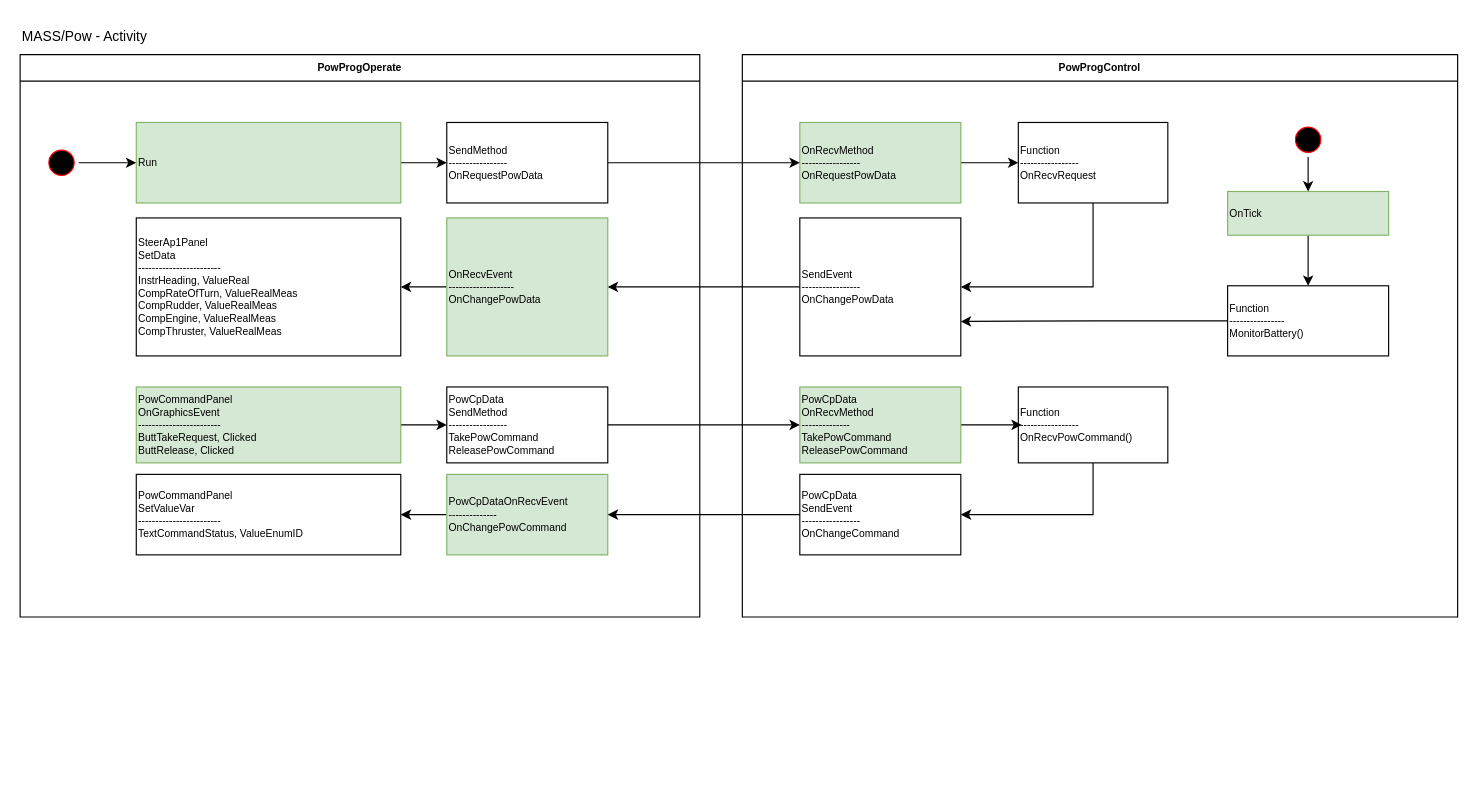
Earlier version of the draw.io diagram page "Pow" (4 of 8) of Schematics/MASS/MassSequenceModulesNetwork.drawio (open-mar/iostudio-modules). Source tidied: cells renumbered, new cells numbered last; positions are measured from the earlier drawing's top-left corner, leaving out a move shared by most shapes. Both pictures are drawn from the tidied source at 115%, with x=0, y=0 at pixel (20, 20).
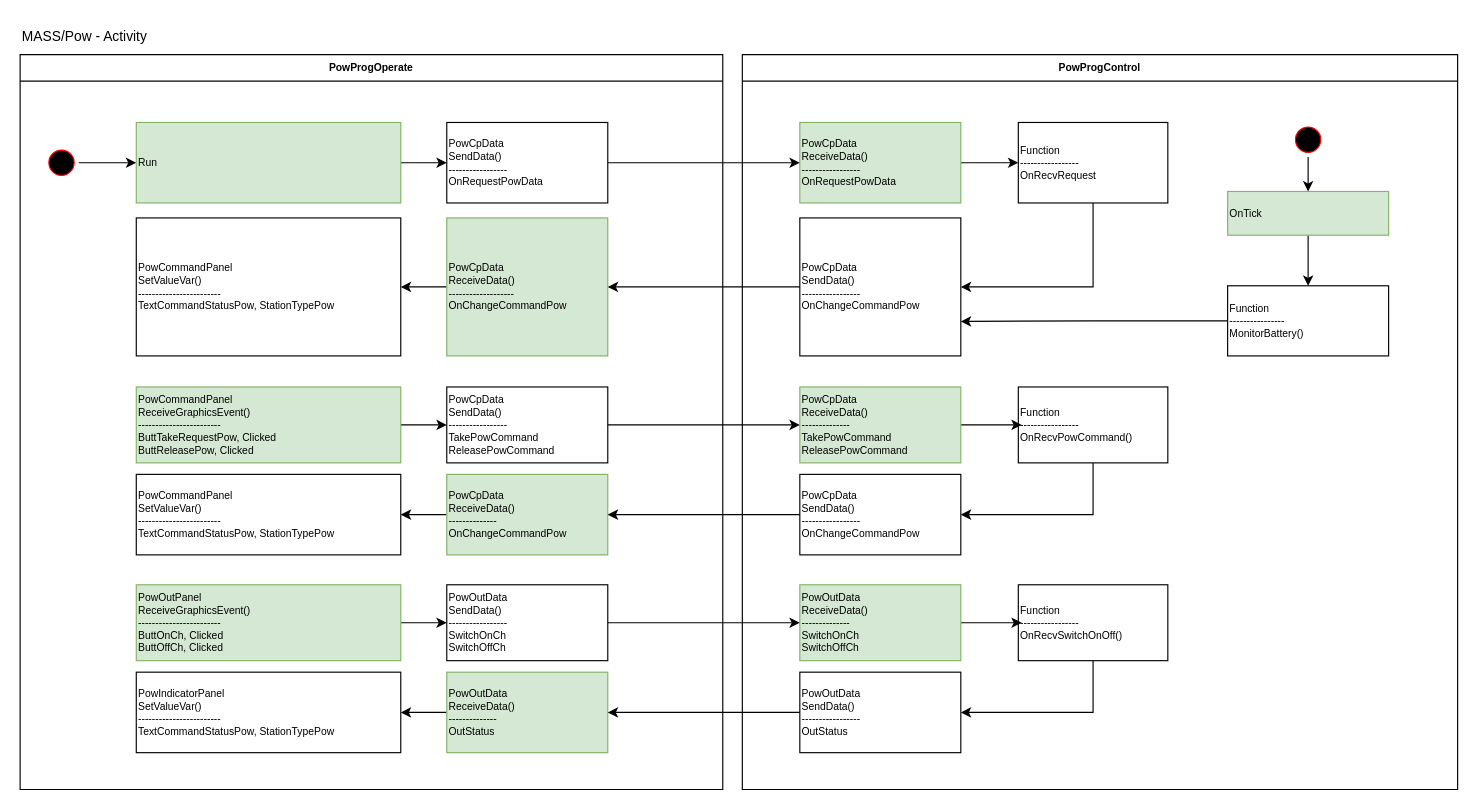
The same diagram, later.

Diff of the diagram source:
```diff
@@
     <mxCell id="3" value="PowProgOperate" style="swimlane;whiteSpace=wrap;fontSize=9;" parent="1" vertex="1">
-      <mxGeometry y="30" width="591" height="489" as="geometry" />
+      <mxGeometry y="30" width="611" height="639" as="geometry" />
     </mxCell>
@@
-    <mxCell id="7" value="OnRecvEvent&#10;-------------------&#10;OnChangePowData" style="fontStyle=0;align=left;fillColor=#d5e8d4;strokeColor=#82b366;fontSize=9;" parent="3" vertex="1">
+    <mxCell id="7" value="PowCpData&#10;ReceiveData()&#10;-------------------&#10;OnChangeCommandPow" style="fontStyle=0;align=left;fillColor=#d5e8d4;strokeColor=#82b366;fontSize=9;" parent="3" vertex="1">
       <mxGeometry x="371" y="142" width="140" height="120" as="geometry" />
     </mxCell>
-    <mxCell id="8" value="SteerAp1Panel&#10;SetData&#10;------------------------&#10;InstrHeading, ValueReal&#10;CompRateOfTurn, ValueRealMeas&#10;CompRudder, ValueRealMeas&#10;CompEngine, ValueRealMeas&#10;CompThruster, ValueRealMeas" style="align=left;fontSize=9;" parent="3" vertex="1">
+    <mxCell id="8" value="PowCommandPanel&#10;SetValueVar()&#10;------------------------&#10;TextCommandStatusPow, StationTypePow" style="align=left;fontSize=9;" parent="3" vertex="1">
       <mxGeometry x="101" y="142" width="230" height="120" as="geometry" />
     </mxCell>
@@
-    <mxCell id="11" value="SendMethod&#10;-----------------&#10;OnRequestPowData" style="fontStyle=0;align=left;fontSize=9;" parent="3" vertex="1">
+    <mxCell id="11" value="PowCpData&#10;SendData()&#10;-----------------&#10;OnRequestPowData" style="fontStyle=0;align=left;fontSize=9;" parent="3" vertex="1">
       <mxGeometry x="371" y="59" width="140" height="70" as="geometry" />
     </mxCell>
@@
-    <mxCell id="13" value="PowCommandPanel&#10;OnGraphicsEvent&#10;------------------------&#10;ButtTakeRequest, Clicked&#10;ButtRelease, Clicked" style="align=left;fillColor=#d5e8d4;strokeColor=#82b366;fontSize=9;" parent="3" vertex="1">
+    <mxCell id="13" value="PowCommandPanel&#10;ReceiveGraphicsEvent()&#10;------------------------&#10;ButtTakeRequestPow, Clicked&#10;ButtReleasePow, Clicked" style="align=left;fillColor=#d5e8d4;strokeColor=#82b366;fontSize=9;" parent="3" vertex="1">
       <mxGeometry x="101" y="289" width="230" height="66" as="geometry" />
     </mxCell>
-    <mxCell id="14" value="PowCpData&#10;SendMethod&#10;-----------------&#10;TakePowCommand&#10;ReleasePowCommand" style="fontStyle=0;align=left;fontSize=9;" parent="3" vertex="1">
+    <mxCell id="14" value="PowCpData&#10;SendData()&#10;-----------------&#10;TakePowCommand&#10;ReleasePowCommand" style="fontStyle=0;align=left;fontSize=9;" parent="3" vertex="1">
       <mxGeometry x="371" y="289" width="140" height="66" as="geometry" />
     </mxCell>
@@
-    <mxCell id="16" value="PowCpDataOnRecvEvent&#10;--------------&#10;OnChangePowCommand" style="align=left;fillColor=#d5e8d4;strokeColor=#82b366;fontSize=9;" parent="3" vertex="1">
+    <mxCell id="16" value="PowCpData&#10;ReceiveData()&#10;--------------&#10;OnChangeCommandPow" style="align=left;fillColor=#d5e8d4;strokeColor=#82b366;fontSize=9;" parent="3" vertex="1">
       <mxGeometry x="371" y="365" width="140" height="70" as="geometry" />
     </mxCell>
-    <mxCell id="17" value="PowCommandPanel&#10;SetValueVar&#10;------------------------&#10;TextCommandStatus, ValueEnumID" style="align=left;fontSize=9;" parent="3" vertex="1">
+    <mxCell id="17" value="PowCommandPanel&#10;SetValueVar()&#10;------------------------&#10;TextCommandStatusPow, StationTypePow" style="align=left;fontSize=9;" parent="3" vertex="1">
       <mxGeometry x="101" y="365" width="230" height="70" as="geometry" />
     </mxCell>
+    <mxCell id="39" style="edgeStyle=orthogonalEdgeStyle;rounded=0;jettySize=auto;html=1;entryX=0;entryY=0.5;entryDx=0;entryDy=0;" parent="3" edge="1" source="40" target="41">
+      <mxGeometry relative="1" as="geometry" />
+    </mxCell>
+    <mxCell id="40" value="PowOutPanel&#10;ReceiveGraphicsEvent()&#10;------------------------&#10;ButtOnCh, Clicked&#10;ButtOffCh, Clicked" style="align=left;fillColor=#d5e8d4;strokeColor=#82b366;fontSize=9;" parent="3" vertex="1">
+      <mxGeometry x="101" y="461" width="230" height="66" as="geometry" />
+    </mxCell>
+    <mxCell id="41" value="PowOutData&#10;SendData()&#10;-----------------&#10;SwitchOnCh&#10;SwitchOffCh" style="fontStyle=0;align=left;fontSize=9;" parent="3" vertex="1">
+      <mxGeometry x="371" y="461" width="140" height="66" as="geometry" />
+    </mxCell>
+    <mxCell id="42" style="edgeStyle=orthogonalEdgeStyle;rounded=0;jettySize=auto;html=1;entryX=1;entryY=0.5;entryDx=0;entryDy=0;" parent="3" edge="1" source="43" target="44">
+      <mxGeometry relative="1" as="geometry" />
+    </mxCell>
+    <mxCell id="43" value="PowOutData&#10;ReceiveData()&#10;--------------&#10;OutStatus" style="align=left;fillColor=#d5e8d4;strokeColor=#82b366;fontSize=9;" parent="3" vertex="1">
+      <mxGeometry x="371" y="537" width="140" height="70" as="geometry" />
+    </mxCell>
+    <mxCell id="44" value="PowIndicatorPanel&#10;SetValueVar()&#10;------------------------&#10;TextCommandStatusPow, StationTypePow" style="align=left;fontSize=9;" parent="3" vertex="1">
+      <mxGeometry x="101" y="537" width="230" height="70" as="geometry" />
+    </mxCell>
+    <mxCell id="45" style="edgeStyle=orthogonalEdgeStyle;rounded=0;jettySize=auto;html=1;entryX=1;entryY=0.5;entryDx=0;entryDy=0;" parent="3" edge="1" source="46" target="49">
+      <mxGeometry relative="1" as="geometry">
+        <Array as="points">
+          <mxPoint x="933" y="572" />
+        </Array>
+      </mxGeometry>
+    </mxCell>
+    <mxCell id="46" value="Function&#10;-----------------&#10;OnRecvSwitchOnOff()" style="fontStyle=0;align=left;fontSize=9;" parent="3" vertex="1">
+      <mxGeometry x="868" y="461" width="130" height="66" as="geometry" />
+    </mxCell>
+    <mxCell id="47" style="edgeStyle=orthogonalEdgeStyle;rounded=0;jettySize=auto;html=1;" parent="3" edge="1" source="48">
+      <mxGeometry relative="1" as="geometry">
+        <mxPoint x="871" y="494" as="targetPoint" />
+      </mxGeometry>
+    </mxCell>
+    <mxCell id="48" value="PowOutData&#10;ReceiveData()&#10;--------------&#10;SwitchOnCh&#10;SwitchOffCh" style="align=left;fillColor=#d5e8d4;strokeColor=#82b366;fontSize=9;" parent="3" vertex="1">
+      <mxGeometry x="678" y="461" width="140" height="66" as="geometry" />
+    </mxCell>
+    <mxCell id="49" value="PowOutData&#10;SendData()&#10;-----------------&#10;OutStatus" style="fontStyle=0;align=left;fontSize=9;" parent="3" vertex="1">
+      <mxGeometry x="678" y="537" width="140" height="70" as="geometry" />
+    </mxCell>
+    <mxCell id="50" style="edgeStyle=orthogonalEdgeStyle;rounded=0;jettySize=auto;html=1;entryX=0;entryY=0.5;entryDx=0;entryDy=0;" parent="3" edge="1" source="41" target="48">
+      <mxGeometry relative="1" as="geometry" />
+    </mxCell>
+    <mxCell id="51" style="edgeStyle=orthogonalEdgeStyle;rounded=0;jettySize=auto;html=1;entryX=1;entryY=0.5;entryDx=0;entryDy=0;" parent="3" edge="1" source="49" target="43">
+      <mxGeometry relative="1" as="geometry" />
+    </mxCell>
     <mxCell id="18" value="PowProgControl" style="swimlane;whiteSpace=wrap;fontSize=9;" parent="1" vertex="1">
-      <mxGeometry x="628" y="30" width="622" height="489" as="geometry" />
+      <mxGeometry x="628" y="30" width="622" height="639" as="geometry" />
     </mxCell>
@@
-    <mxCell id="20" value="OnRecvMethod&#10;-----------------&#10;OnRequestPowData" style="fontStyle=0;align=left;fillColor=#d5e8d4;strokeColor=#82b366;fontSize=9;" parent="18" vertex="1">
+    <mxCell id="20" value="PowCpData&#10;ReceiveData()&#10;-----------------&#10;OnRequestPowData" style="fontStyle=0;align=left;fillColor=#d5e8d4;strokeColor=#82b366;fontSize=9;" parent="18" vertex="1">
       <mxGeometry x="50" y="59" width="140" height="70" as="geometry" />
     </mxCell>
@@
-    <mxCell id="23" value="SendEvent&#10;-----------------&#10;OnChangePowData" style="fontStyle=0;align=left;fontSize=9;" parent="18" vertex="1">
+    <mxCell id="23" value="PowCpData&#10;SendData()&#10;-----------------&#10;OnChangeCommandPow" style="fontStyle=0;align=left;fontSize=9;" parent="18" vertex="1">
       <mxGeometry x="50" y="142" width="140" height="120" as="geometry" />
     </mxCell>
@@
-    <mxCell id="33" value="PowCpData&#10;OnRecvMethod&#10;--------------&#10;TakePowCommand&#10;ReleasePowCommand" style="align=left;fillColor=#d5e8d4;strokeColor=#82b366;fontSize=9;" parent="18" vertex="1">
+    <mxCell id="33" value="PowCpData&#10;ReceiveData()&#10;--------------&#10;TakePowCommand&#10;ReleasePowCommand" style="align=left;fillColor=#d5e8d4;strokeColor=#82b366;fontSize=9;" parent="18" vertex="1">
       <mxGeometry x="50" y="289" width="140" height="66" as="geometry" />
     </mxCell>
-    <mxCell id="34" value="PowCpData&#10;SendEvent&#10;-----------------&#10;OnChangeCommand" style="fontStyle=0;align=left;fontSize=9;" parent="18" vertex="1">
+    <mxCell id="34" value="PowCpData&#10;SendData()&#10;-----------------&#10;OnChangeCommandPow" style="fontStyle=0;align=left;fontSize=9;" parent="18" vertex="1">
       <mxGeometry x="50" y="365" width="140" height="70" as="geometry" />
     </mxCell>
```
